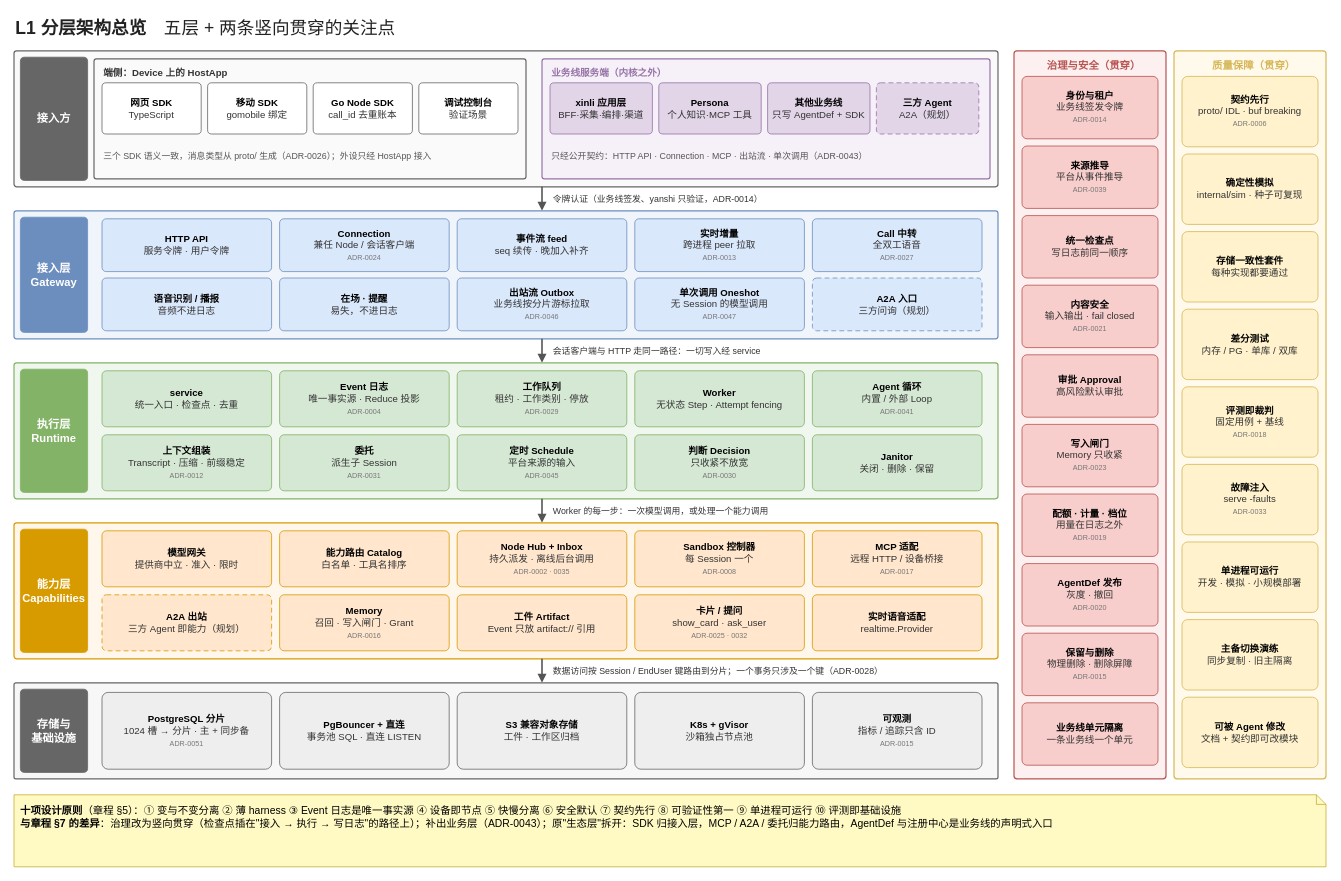
ruipengliu/yanshi keeps this draw.io diagram as page "02 L1 分层架构总览" (3 of 15) of docs/architecture/yanshi-architecture.drawio. Above is the earlier version. Source tidied: cells renumbered, new cells numbered last; positions are measured from the earlier drawing's top-left corner, leaving out a move shared by most shapes. Both pictures are drawn from the tidied source at 80%, with x=0, y=0 at pixel (14, 14).
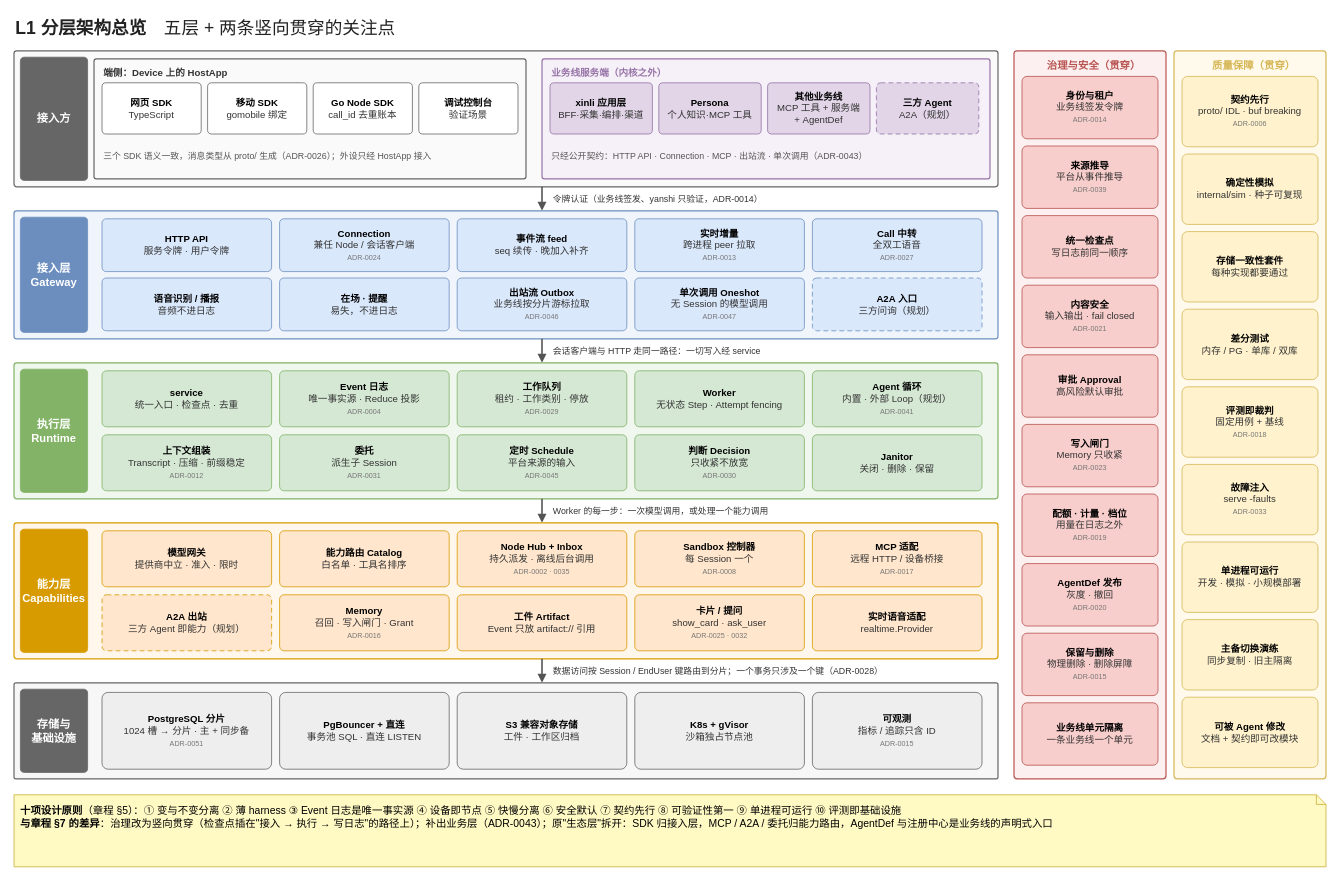
The same diagram, later.

The edit, as a diff of the source:
```diff
@@
-    <mxCell id="14" value="&lt;b&gt;其他业务线&lt;/b&gt;&lt;br&gt;&lt;span style=&quot;font-size:12px;color:#333333&quot;&gt;只写 AgentDef + SDK&lt;/span&gt;" style="rounded=1;arcSize=8;whiteSpace=wrap;html=1;fillColor=#e1d5e7;strokeColor=#9673a6;fontSize=12;align=center;verticalAlign=middle;spacing=5;" parent="1" vertex="1">
+    <mxCell id="14" value="&lt;b&gt;其他业务线&lt;/b&gt;&lt;br&gt;&lt;span style=&quot;font-size:12px;color:#333333&quot;&gt;MCP 工具 + 服务端&lt;br&gt;+ AgentDef&lt;/span&gt;" style="rounded=1;arcSize=8;whiteSpace=wrap;html=1;fillColor=#e1d5e7;strokeColor=#9673a6;fontSize=12;align=center;verticalAlign=middle;spacing=5;" parent="1" vertex="1">
       <mxGeometry x="942" y="86" width="128" height="64" as="geometry" />
     </mxCell>
@@
-    <mxCell id="39" value="&lt;b&gt;Agent 循环&lt;/b&gt;&lt;br&gt;&lt;span style=&quot;font-size:12px;color:#333333&quot;&gt;内置 / 外部 Loop&lt;/span&gt;&lt;br&gt;&lt;span style=&quot;font-size:9px;color:#777777&quot;&gt;ADR-0041&lt;/span&gt;" style="rounded=1;arcSize=8;whiteSpace=wrap;html=1;fillColor=#d5e8d4;strokeColor=#82b366;fontSize=12;align=center;verticalAlign=middle;spacing=5;" parent="1" vertex="1">
+    <mxCell id="39" value="&lt;b&gt;Agent 循环&lt;/b&gt;&lt;br&gt;&lt;span style=&quot;font-size:12px;color:#333333&quot;&gt;内置 · 外部 Loop（规划）&lt;/span&gt;&lt;br&gt;&lt;span style=&quot;font-size:9px;color:#777777&quot;&gt;ADR-0041&lt;/span&gt;" style="rounded=1;arcSize=8;whiteSpace=wrap;html=1;fillColor=#d5e8d4;strokeColor=#82b366;fontSize=12;align=center;verticalAlign=middle;spacing=5;" parent="1" vertex="1">
       <mxGeometry x="998" y="446" width="212" height="70" as="geometry" />
     </mxCell>
```
